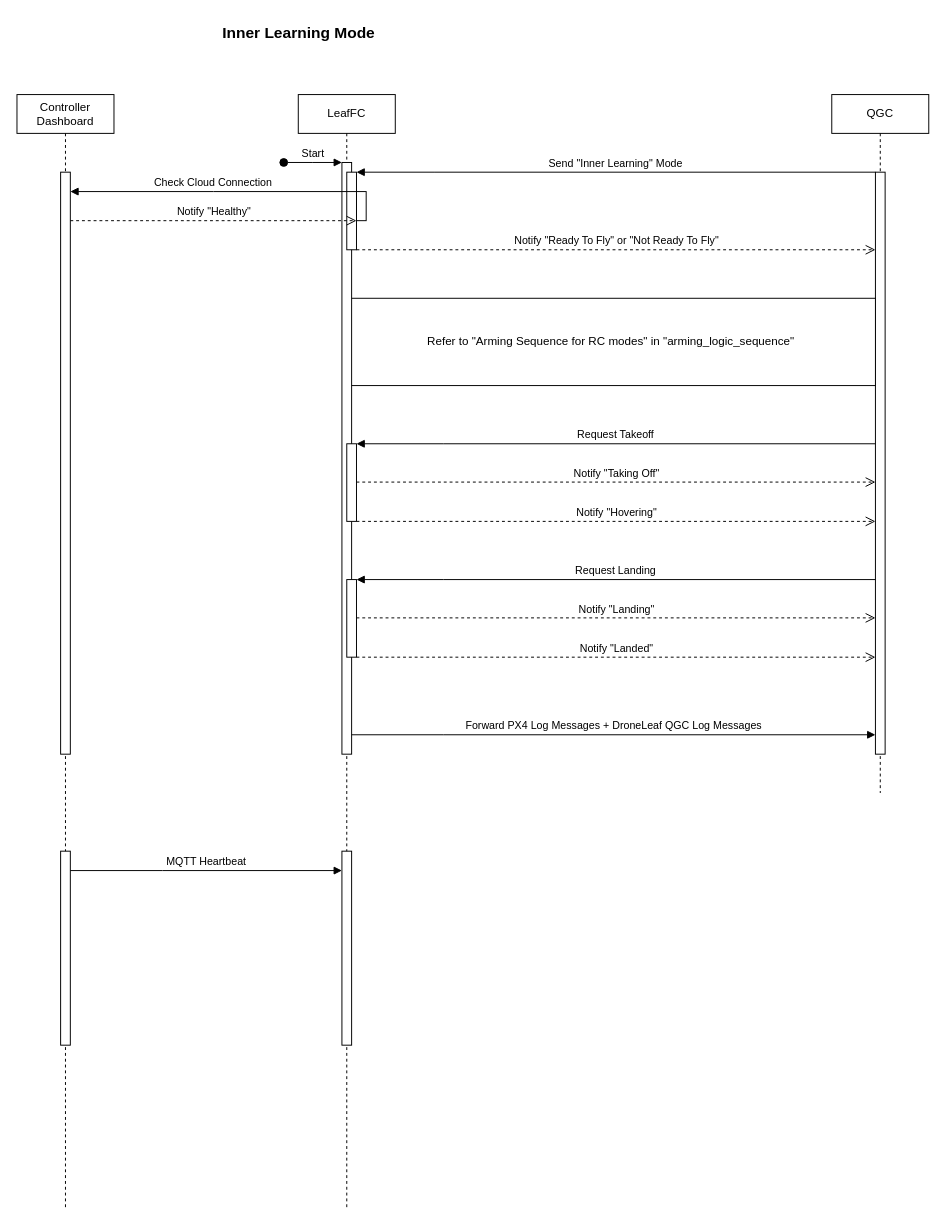
This is Guide/HEAR Software/Flight Modes/Modes Sequence Diagrams/Inner learning mode.drawio from DroneLeaf/HEAR_wiki, a draw.io file, before an edit. Source tidied: cells renumbered, new cells numbered last; positions are measured from the earlier drawing's top-left corner, leaving out a move shared by most shapes. Both pictures are drawn from the tidied source at 97%, with x=0, y=0 at pixel (16, 16).
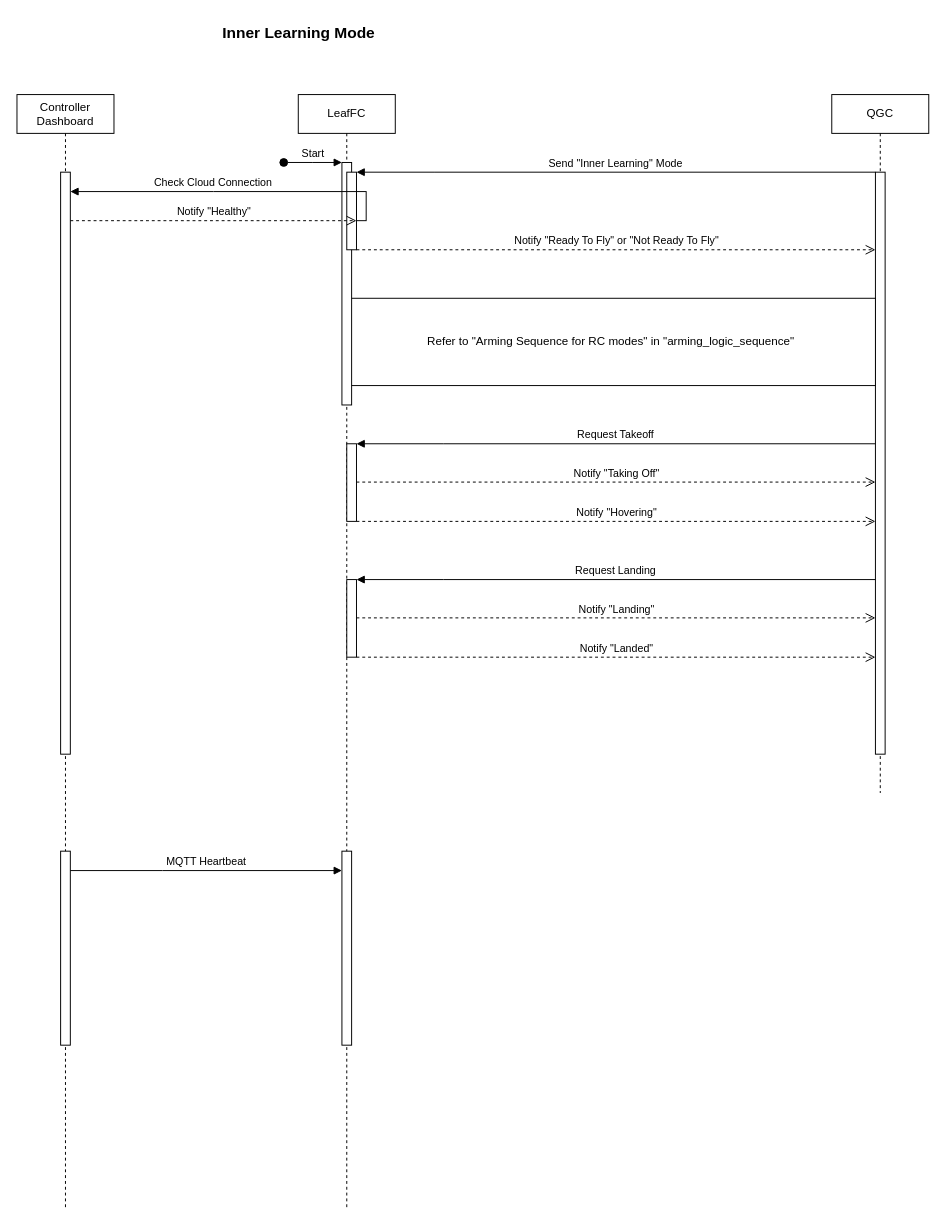
The same diagram, later.

Commit message:
minor changes to inner learning mode

The edit, as a diff of the source:
```diff
@@
     <mxCell id="19" style="html=1;points=[];perimeter=orthogonalPerimeter;outlineConnect=0;targetShapes=umlLifeline;portConstraint=eastwest;newEdgeStyle={&quot;edgeStyle&quot;:&quot;elbowEdgeStyle&quot;,&quot;elbow&quot;:&quot;vertical&quot;,&quot;curved&quot;:0,&quot;rounded&quot;:0};" parent="1" vertex="1">
-      <mxGeometry x="335" y="150" width="10" height="610" as="geometry" />
+      <mxGeometry x="335" y="150" width="10" height="250" as="geometry" />
     </mxCell>
@@
-    <mxCell id="22" value="Forward PX4 Log Messages + DroneLeaf QGC Log Messages" style="html=1;verticalAlign=bottom;endArrow=block;edgeStyle=elbowEdgeStyle;elbow=vertical;curved=0;rounded=0;" parent="1" edge="1" source="19">
-      <mxGeometry relative="1" as="geometry">
-        <mxPoint x="885" y="740" as="targetPoint" />
-        <Array as="points">
-          <mxPoint x="440" y="740" />
-        </Array>
-      </mxGeometry>
-    </mxCell>
```
